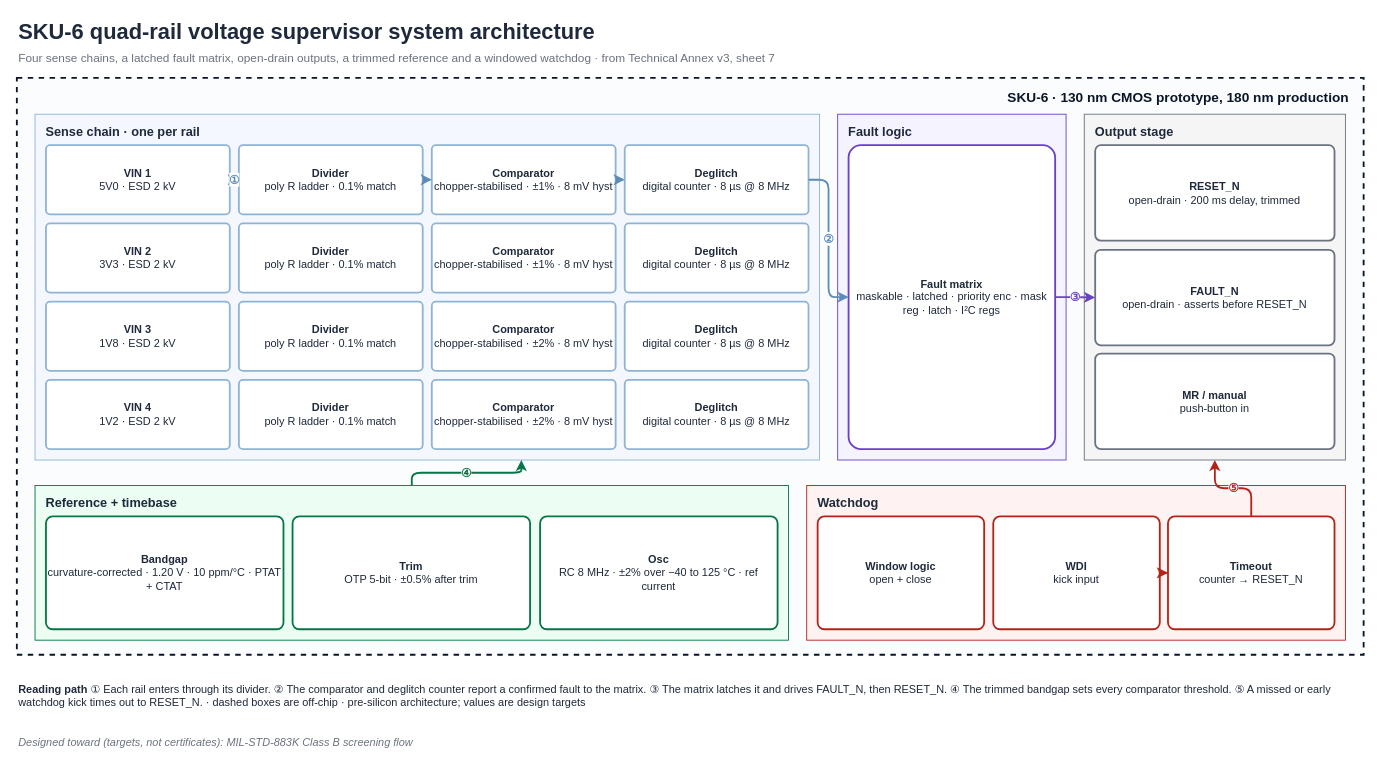
Before: public/downloads/sku-6-architecture.drawio in shekerkamma/deepgrid-dr-silicon-v10, a draw.io diagram. Source tidied: cells renumbered, new cells numbered last; positions are measured from the earlier drawing's top-left corner, leaving out a move shared by most shapes. Both pictures are drawn from the tidied source at 91%, with x=0, y=0 at pixel (16, 15).
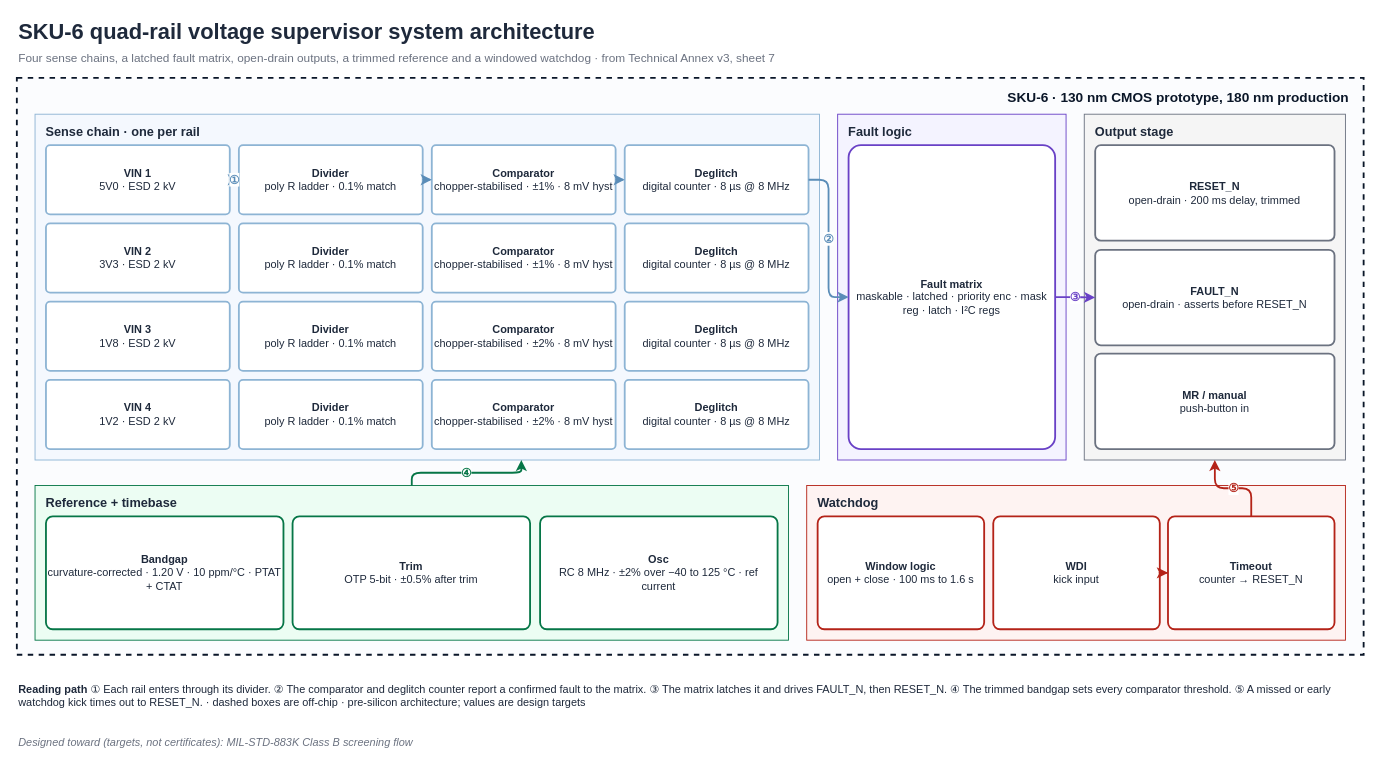
After the change.

Change to the diagram source:
```diff
@@
-    <mxCell id="33" value="&lt;b&gt;Window logic&lt;/b&gt;&lt;br&gt;open + close" style="rounded=1;whiteSpace=wrap;html=1;fillColor=#FFFFFF;strokeColor=#B42318;strokeWidth=2;fontSize=12;fontColor=#1E293B;arcSize=6;" parent="1" vertex="1">
+    <mxCell id="33" value="&lt;b&gt;Window logic&lt;/b&gt;&lt;br&gt;open + close · 100 ms to 1.6 s" style="rounded=1;whiteSpace=wrap;html=1;fillColor=#FFFFFF;strokeColor=#B42318;strokeWidth=2;fontSize=12;fontColor=#1E293B;arcSize=6;" parent="1" vertex="1">
       <mxGeometry x="880" y="550" width="183" height="124" as="geometry" />
     </mxCell>
```
